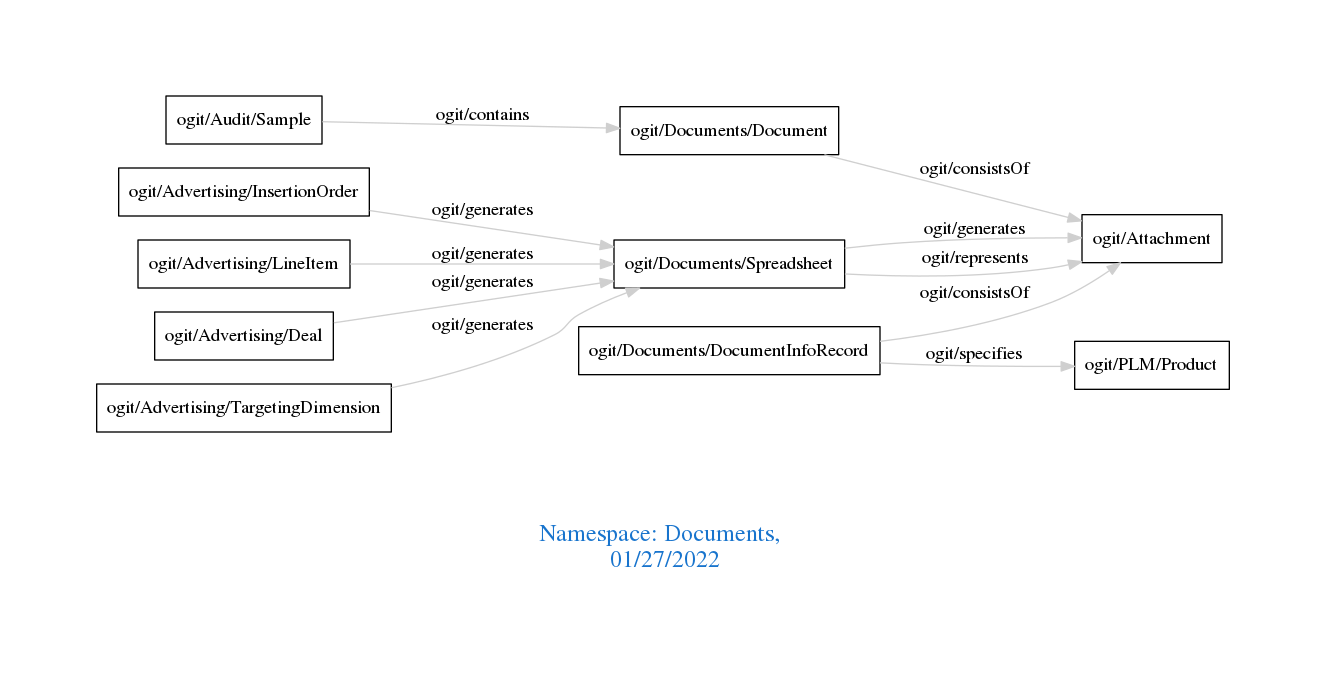
Before: downloads/Documents.png, a diagram exported from Graphviz (arago/OGIT). Its source is kept beside it as downloads/Documents.dot.
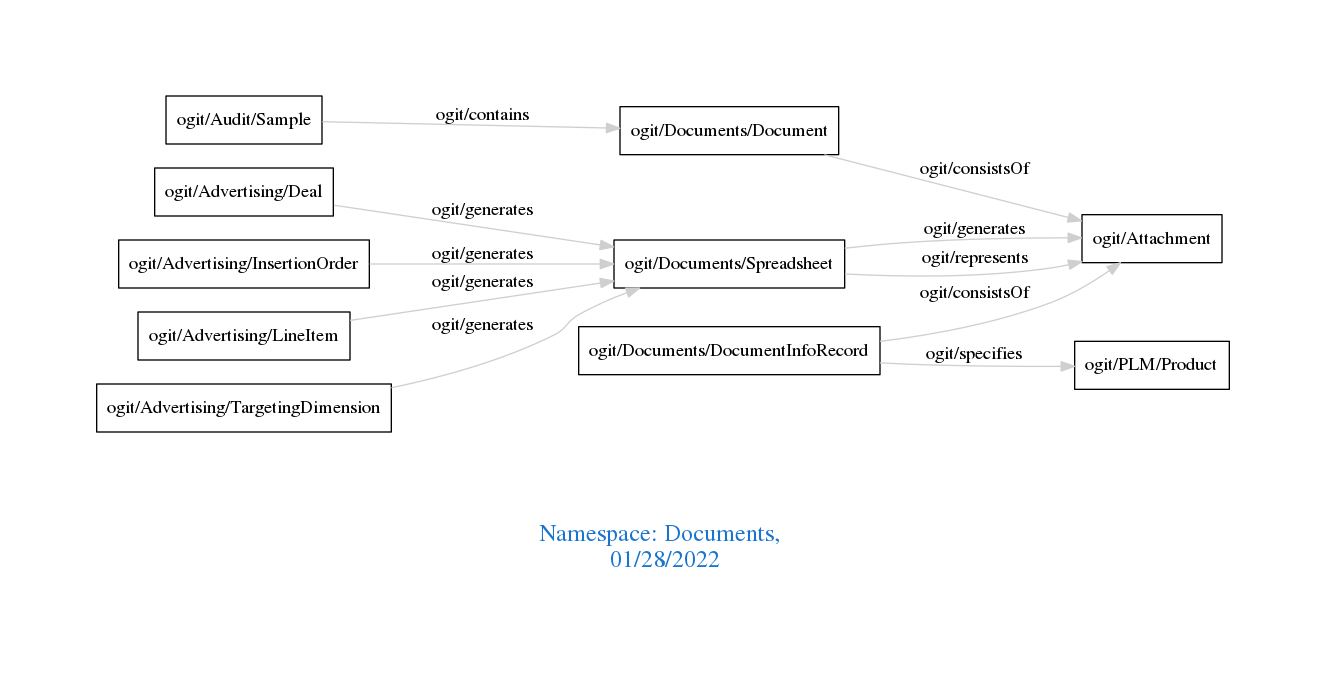
Later version of the same file.

Diff of the diagram source:
```diff
@@ -1,16 +1,16 @@
 digraph OGIT_ontology {
  graph [ rankdir= LR,pad=1
 fontsize = 18,
-fontcolor= dodgerblue3,label = "\n\n\nNamespace: Documents, \n 01/27/2022"];
+fontcolor= dodgerblue3,label = "\n\n\nNamespace: Documents, \n 01/28/2022"];
 node[shape=polygon];
 edge [  color="gray81"];
 
    "ogit/Audit/Sample" -> "ogit/Documents/Document" [label="   ogit/contains    "];
-   "ogit/Documents/Spreadsheet" -> "ogit/Attachment" [label="   ogit/generates    "];
+   "ogit/Advertising/Deal" -> "ogit/Documents/Spreadsheet" [label="   ogit/generates    "];
    "ogit/Advertising/InsertionOrder" -> "ogit/Documents/Spreadsheet" [label="   ogit/generates    "];
    "ogit/Advertising/LineItem" -> "ogit/Documents/Spreadsheet" [label="   ogit/generates    "];
-   "ogit/Advertising/Deal" -> "ogit/Documents/Spreadsheet" [label="   ogit/generates    "];
    "ogit/Advertising/TargetingDimension" -> "ogit/Documents/Spreadsheet" [label="   ogit/generates    "];
+   "ogit/Documents/Spreadsheet" -> "ogit/Attachment" [label="   ogit/generates    "];
    "ogit/Documents/DocumentInfoRecord" -> "ogit/PLM/Product" [label="   ogit/specifies    "];
    "ogit/Documents/Spreadsheet" -> "ogit/Attachment" [label="   ogit/represents    "];
    "ogit/Documents/Document" -> "ogit/Attachment" [label="   ogit/consistsOf    "];
```
